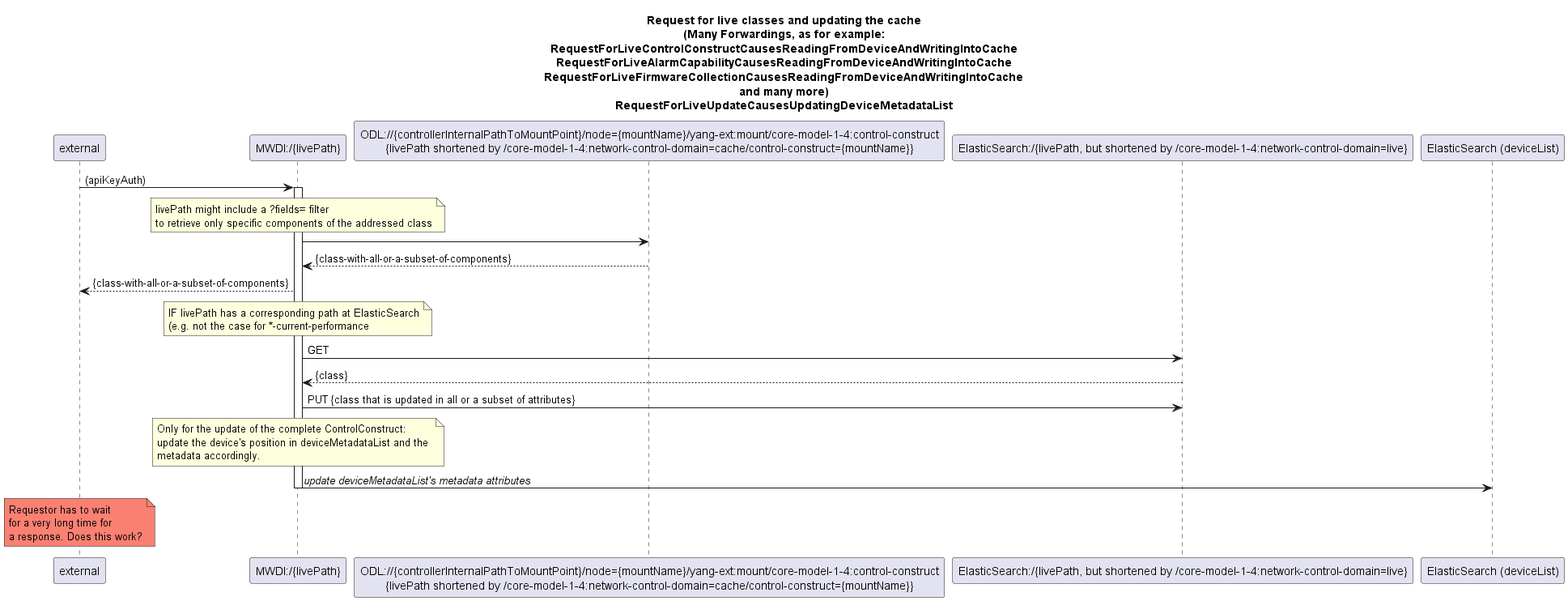
Earlier version of the PlantUML export spec/diagrams/500_LiveRessourcePathWithCacheUpdate.png (openBackhaul/MicroWaveDeviceInventory).
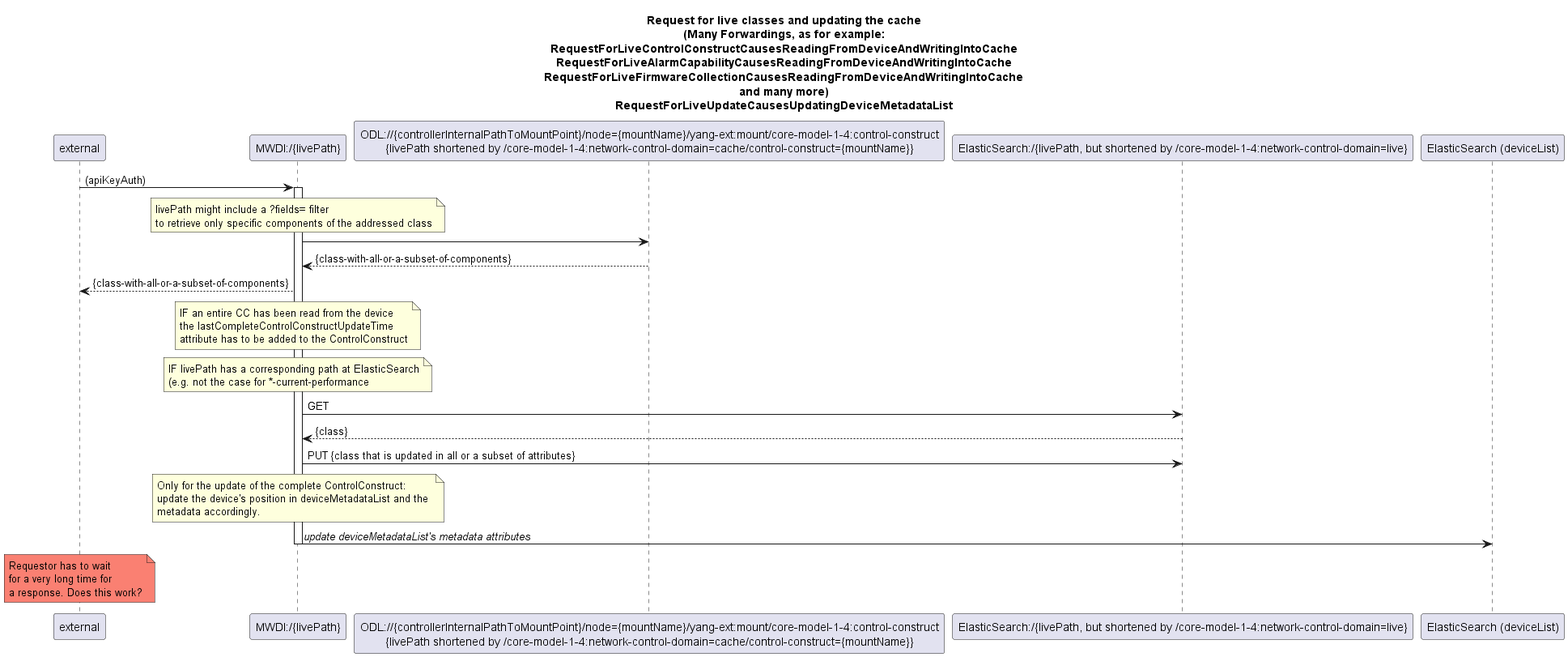
After the change.

Diff of the diagram source:
```diff
@@ -31,6 +31,12 @@
 LiveControlConstructClass --> requestor: {class-with-all-or-a-subset-of-components}
 
 note over LiveControlConstructClass
+  IF an entire CC has been read from the device
+  the lastCompleteControlConstructUpdateTime
+  attribute has to be added to the ControlConstruct
+end note
+
+note over LiveControlConstructClass
 IF livePath has a corresponding path at ElasticSearch
 (e.g. not the case for *-current-performance
 end note
```
